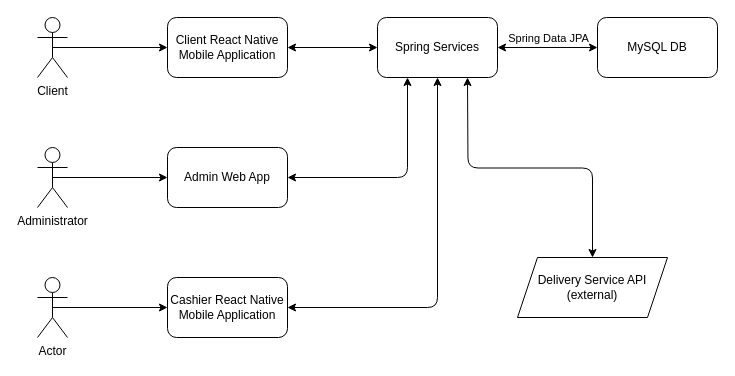
macovei-alex/PizzeriaQRoman keeps this draw.io diagram as doc/arhitectura-sistem.drawio. Above is the earlier version. Source tidied: cells renumbered, new cells numbered last; positions are measured from the earlier drawing's top-left corner, leaving out a move shared by most shapes. Both pictures are drawn from the tidied source at 100%, with x=0, y=0 at pixel (37, 17).
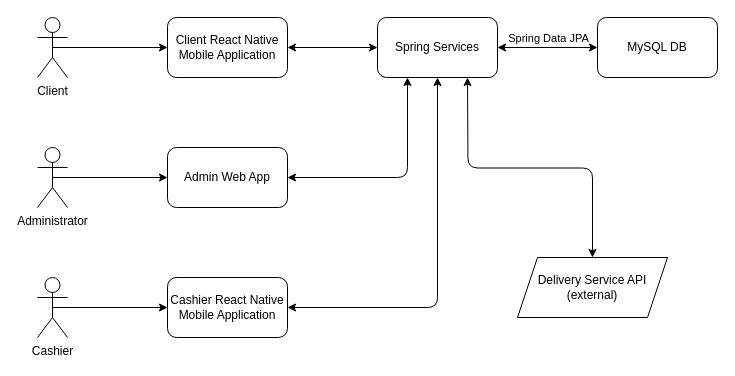
The same diagram, later.

Diff of the diagram source:
```diff
@@
-    <mxCell id="18" value="Actor" style="shape=umlActor;verticalLabelPosition=bottom;verticalAlign=top;html=1;outlineConnect=0;" parent="1" vertex="1">
+    <mxCell id="18" value="Cashier" style="shape=umlActor;verticalLabelPosition=bottom;verticalAlign=top;html=1;outlineConnect=0;align=center;" parent="1" vertex="1">
       <mxGeometry y="260" width="30" height="60" as="geometry" />
     </mxCell>
```
